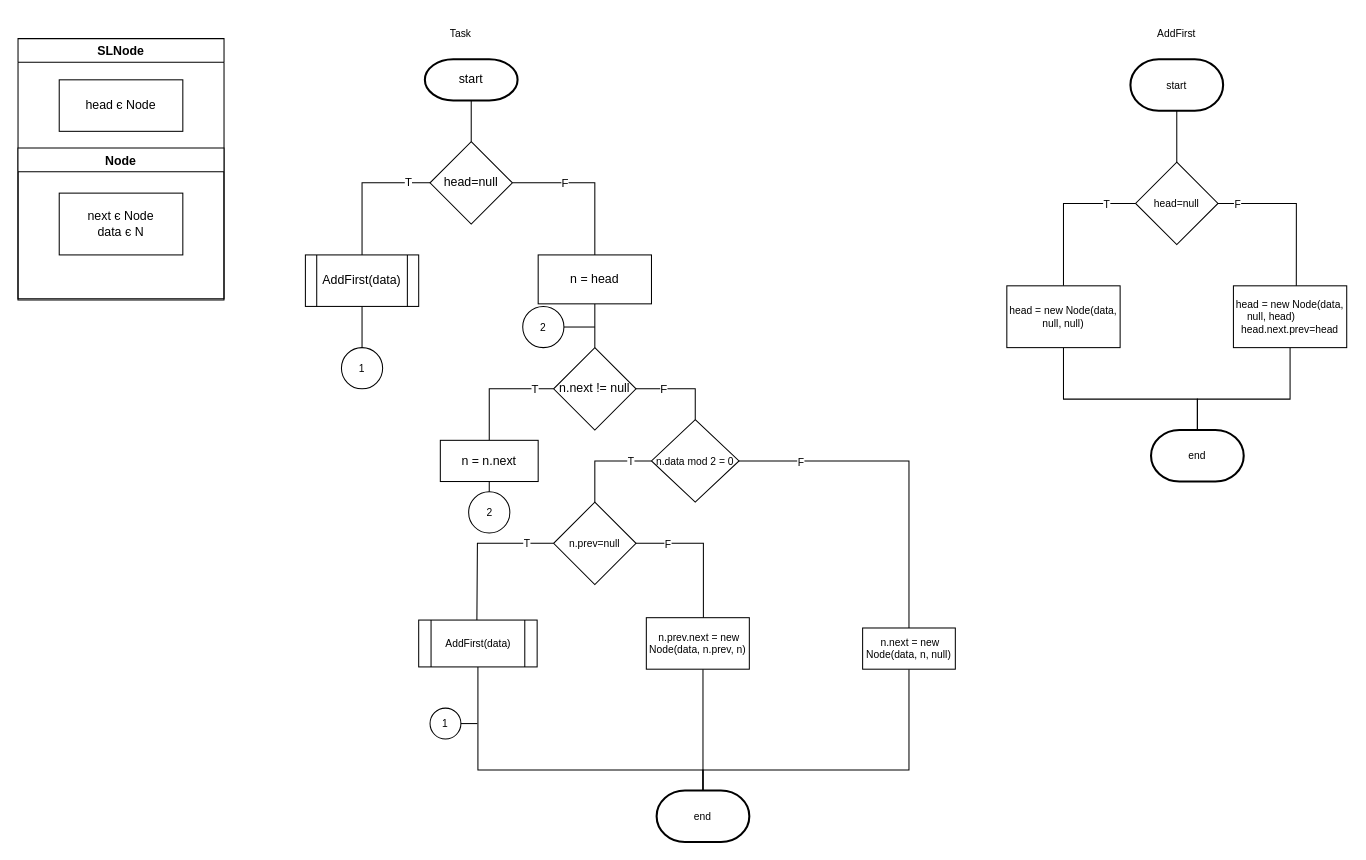
This is lab4/ADS_4.drawio from ZdorovenkoKyrylo/ads-zdorovenko-kp11, a draw.io file, before an edit. Source tidied: cells renumbered, new cells numbered last; positions are measured from the earlier drawing's top-left corner, leaving out a move shared by most shapes. Both pictures are drawn from the tidied source at 103%, with x=0, y=0 at pixel (18, 18).
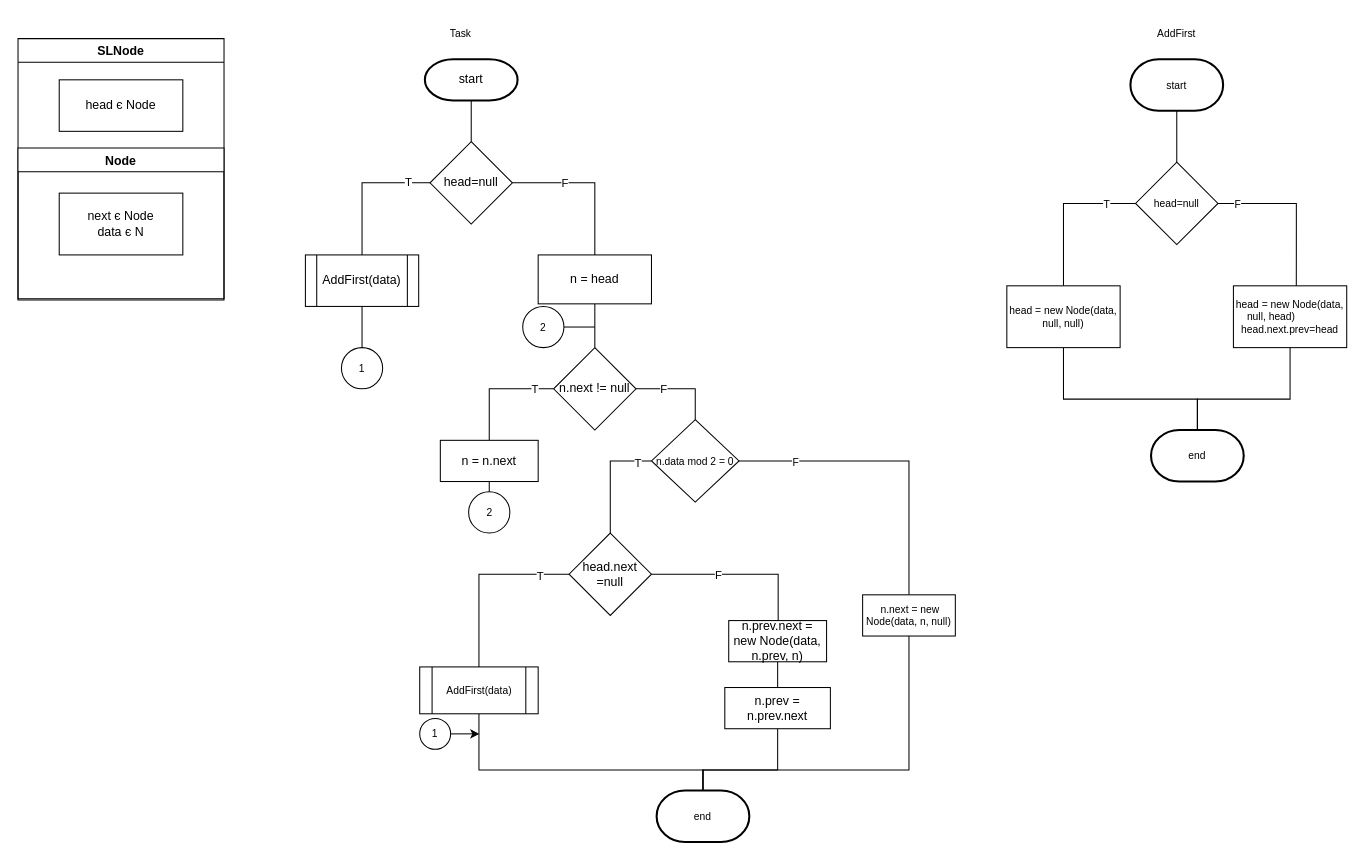
After the change.

Commit message (it also covers changes not shown here):
lab 4 end

Unchanged cells that the change refers to:
```xml
<mxCell id="28" value="&lt;font style=&quot;font-size: 10px&quot;&gt;n.data mod 2 = 0&lt;/font&gt;" style="rhombus;whiteSpace=wrap;html=1;" parent="1" vertex="1">
  <mxGeometry x="615" y="390" width="85" height="80" as="geometry" />
</mxCell>
<mxCell id="40" value="end" style="strokeWidth=2;html=1;shape=mxgraph.flowchart.terminator;whiteSpace=wrap;fontSize=10;" parent="1" vertex="1">
  <mxGeometry x="620" y="750" width="90" height="50" as="geometry" />
</mxCell>
```

Change to the diagram source:
```diff
@@
-    <mxCell id="24" style="edgeStyle=orthogonalEdgeStyle;rounded=0;jettySize=auto;html=1;fontSize=10;endArrow=none;endFill=0;" parent="1" edge="1" source="28" target="33">
-      <mxGeometry relative="1" as="geometry">
-        <Array as="points">
-          <mxPoint x="560" y="430" />
-        </Array>
-      </mxGeometry>
-    </mxCell>
-    <mxCell id="25" value="T" style="edgeLabel;html=1;align=center;verticalAlign=middle;fontSize=10;" parent="24" vertex="1">
-      <mxGeometry x="-0.56" y="-1" relative="1" as="geometry" />
-    </mxCell>
@@
+    <mxCell id="61" style="edgeStyle=orthogonalEdgeStyle;rounded=0;jettySize=auto;html=1;entryX=0.5;entryY=0;entryDx=0;entryDy=0;endArrow=none;endFill=0;" parent="1" edge="1" source="28" target="68">
+      <mxGeometry relative="1" as="geometry">
+        <Array as="points">
+          <mxPoint x="575" y="430" />
+        </Array>
+      </mxGeometry>
+    </mxCell>
+    <mxCell id="62" value="T" style="edgeLabel;html=1;align=center;verticalAlign=middle;" parent="61" vertex="1">
+      <mxGeometry x="-0.74" y="1" relative="1" as="geometry" />
+    </mxCell>
@@
-    <mxCell id="29" style="edgeStyle=orthogonalEdgeStyle;rounded=0;jettySize=auto;html=1;fontSize=10;endArrow=none;endFill=0;" parent="1" edge="1" source="33">
-      <mxGeometry relative="1" as="geometry">
-        <mxPoint x="445.5" y="585" as="targetPoint" />
-      </mxGeometry>
-    </mxCell>
-    <mxCell id="30" value="T" style="edgeLabel;html=1;align=center;verticalAlign=middle;fontSize=10;" parent="29" vertex="1">
-      <mxGeometry x="-0.64" y="-1" relative="1" as="geometry" />
-    </mxCell>
-    <mxCell id="31" style="edgeStyle=orthogonalEdgeStyle;rounded=0;jettySize=auto;html=1;entryX=0.554;entryY=0.015;entryDx=0;entryDy=0;entryPerimeter=0;fontSize=10;endArrow=none;endFill=0;" parent="1" edge="1" source="33" target="37">
-      <mxGeometry relative="1" as="geometry" />
-    </mxCell>
-    <mxCell id="32" value="F" style="edgeLabel;html=1;align=center;verticalAlign=middle;fontSize=10;" parent="31" vertex="1">
-      <mxGeometry x="-0.68" y="-1" relative="1" as="geometry">
-        <mxPoint x="8" y="-1" as="offset" />
-      </mxGeometry>
-    </mxCell>
-    <mxCell id="33" value="n.prev=null" style="rhombus;whiteSpace=wrap;html=1;fontSize=10;" parent="1" vertex="1">
-      <mxGeometry x="520" y="470" width="80" height="80" as="geometry" />
-    </mxCell>
+    <mxCell id="63" style="edgeStyle=orthogonalEdgeStyle;rounded=0;orthogonalLoop=1;jettySize=auto;html=1;" parent="1" edge="1">
+      <mxGeometry relative="1" as="geometry">
+        <mxPoint x="560" y="470" as="sourcePoint" />
+        <mxPoint x="560" y="470" as="targetPoint" />
+      </mxGeometry>
+    </mxCell>
@@
     <mxCell id="35" value="AddFirst(data)" style="shape=process;whiteSpace=wrap;html=1;backgroundOutline=1;fontSize=10;" parent="1" vertex="1">
-      <mxGeometry x="389" y="584.5" width="115" height="45.5" as="geometry" />
+      <mxGeometry x="390" y="630" width="115" height="45.5" as="geometry" />
     </mxCell>
-    <mxCell id="36" style="edgeStyle=orthogonalEdgeStyle;rounded=0;jettySize=auto;html=1;entryX=0.5;entryY=0;entryDx=0;entryDy=0;entryPerimeter=0;fontSize=10;endArrow=none;endFill=0;" parent="1" edge="1" source="37" target="40">
-      <mxGeometry relative="1" as="geometry">
-        <Array as="points">
-          <mxPoint x="665" y="650" />
-          <mxPoint x="665" y="650" />
-        </Array>
-      </mxGeometry>
-    </mxCell>
-    <mxCell id="37" value="&amp;nbsp;n.prev.next = new Node(data, n.prev, n)" style="rounded=0;whiteSpace=wrap;html=1;fontSize=10;" parent="1" vertex="1">
-      <mxGeometry x="610" y="582.2" width="100" height="50" as="geometry" />
-    </mxCell>
@@
     <mxCell id="39" value="&amp;nbsp;n.next = new Node(data, n, null)" style="rounded=0;whiteSpace=wrap;html=1;fontSize=10;" parent="1" vertex="1">
-      <mxGeometry x="820" y="592.2" width="90" height="40" as="geometry" />
+      <mxGeometry x="820" y="560" width="90" height="40" as="geometry" />
     </mxCell>
@@
-    <mxCell id="56" style="edgeStyle=orthogonalEdgeStyle;rounded=0;orthogonalLoop=1;jettySize=auto;html=1;fontSize=10;endArrow=none;endFill=0;" parent="1" edge="1">
-      <mxGeometry relative="1" as="geometry">
-        <mxPoint x="426" y="685" as="sourcePoint" />
-        <mxPoint x="446" y="685" as="targetPoint" />
-      </mxGeometry>
-    </mxCell>
+    <mxCell id="64" style="edgeStyle=orthogonalEdgeStyle;rounded=0;jettySize=auto;html=1;endArrow=classic;endFill=1;" parent="1" edge="1" source="57">
+      <mxGeometry relative="1" as="geometry">
+        <mxPoint x="448" y="695" as="targetPoint" />
+        <Array as="points">
+          <mxPoint x="448" y="695" />
+        </Array>
+      </mxGeometry>
+    </mxCell>
     <mxCell id="57" value="1" style="ellipse;whiteSpace=wrap;html=1;fontSize=10;" parent="1" vertex="1">
-      <mxGeometry x="400" y="670" width="30" height="30" as="geometry" />
+      <mxGeometry x="390" y="680" width="30" height="30" as="geometry" />
     </mxCell>
@@
+    <mxCell id="65" style="edgeStyle=orthogonalEdgeStyle;rounded=0;jettySize=auto;html=1;endArrow=none;endFill=0;" parent="1" edge="1" source="68" target="35">
+      <mxGeometry relative="1" as="geometry" />
+    </mxCell>
+    <mxCell id="66" value="T" style="edgeLabel;html=1;align=center;verticalAlign=middle;" parent="65" vertex="1">
+      <mxGeometry x="-0.67" y="1" relative="1" as="geometry" />
+    </mxCell>
+    <mxCell id="67" style="edgeStyle=orthogonalEdgeStyle;rounded=0;jettySize=auto;html=1;endArrow=none;endFill=0;" parent="1" edge="1" source="68" target="37">
+      <mxGeometry relative="1" as="geometry">
+        <Array as="points">
+          <mxPoint x="738" y="540" />
+        </Array>
+      </mxGeometry>
+    </mxCell>
+    <mxCell id="32" value="F" style="edgeLabel;html=1;align=center;verticalAlign=middle;" parent="67" vertex="1">
+      <mxGeometry x="-0.24" relative="1" as="geometry" />
+    </mxCell>
+    <mxCell id="68" value="head.next =null" style="rhombus;whiteSpace=wrap;html=1;" parent="1" vertex="1">
+      <mxGeometry x="535" y="500" width="80" height="80" as="geometry" />
+    </mxCell>
+    <mxCell id="69" style="edgeStyle=orthogonalEdgeStyle;rounded=0;jettySize=auto;html=1;endArrow=none;endFill=0;" parent="1" edge="1" source="37" target="71">
+      <mxGeometry relative="1" as="geometry" />
+    </mxCell>
+    <mxCell id="37" value="n.prev.next = new Node(data, n.prev, n)" style="rounded=0;whiteSpace=wrap;html=1;" parent="1" vertex="1">
+      <mxGeometry x="690" y="585" width="95" height="40" as="geometry" />
+    </mxCell>
+    <mxCell id="70" style="edgeStyle=orthogonalEdgeStyle;rounded=0;jettySize=auto;html=1;endArrow=none;endFill=0;" parent="1" edge="1" source="71" target="40">
+      <mxGeometry relative="1" as="geometry">
+        <Array as="points">
+          <mxPoint x="738" y="730" />
+          <mxPoint x="665" y="730" />
+        </Array>
+      </mxGeometry>
+    </mxCell>
+    <mxCell id="71" value="n.prev = n.prev.next" style="rounded=0;whiteSpace=wrap;html=1;" parent="1" vertex="1">
+      <mxGeometry x="686.2" y="650" width="102.5" height="40" as="geometry" />
+    </mxCell>
```
